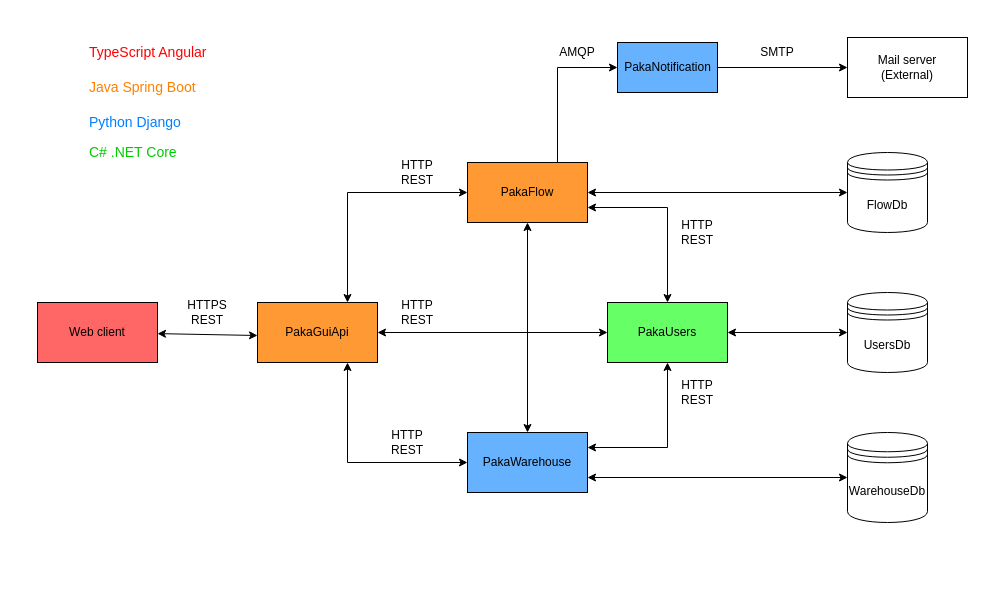
Above: Architecture.drawio in IUI-januszex/documentation (draw.io), before the change. Source tidied: cells renumbered, new cells numbered last; positions are measured from the earlier drawing's top-left corner, leaving out a move shared by most shapes. Both pictures are drawn from the tidied source at 100%, with x=0, y=0 at pixel (17, 17).
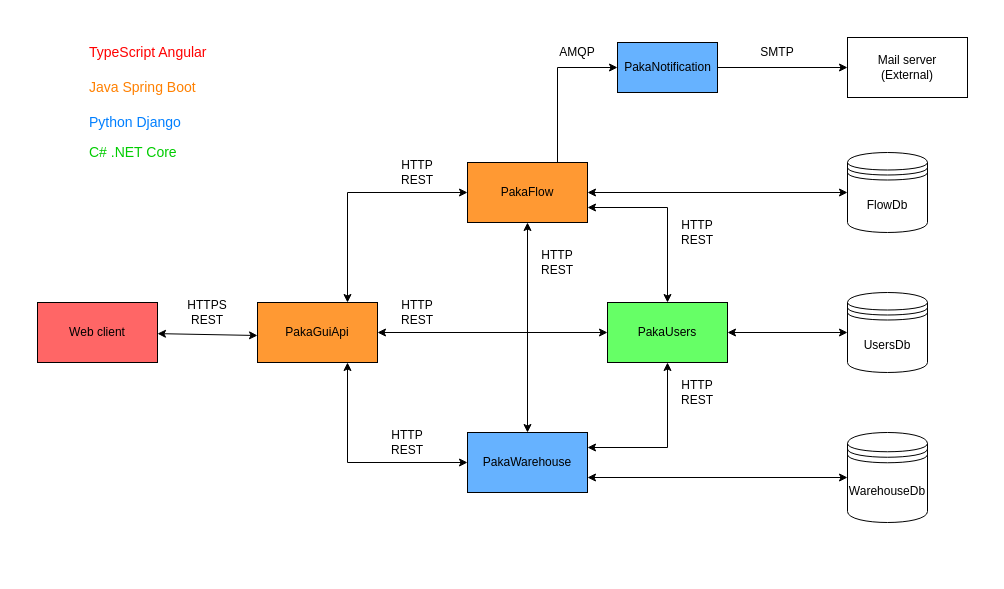
Above is the later version.

Change to the diagram source:
```diff
@@
+    <mxCell id="37" value="HTTP&lt;br&gt;REST" style="text;html=1;strokeColor=none;fillColor=none;align=center;verticalAlign=middle;whiteSpace=wrap;rounded=0;" parent="1" vertex="1">
+      <mxGeometry x="520" y="235" width="40" height="20" as="geometry" />
+    </mxCell>
```
